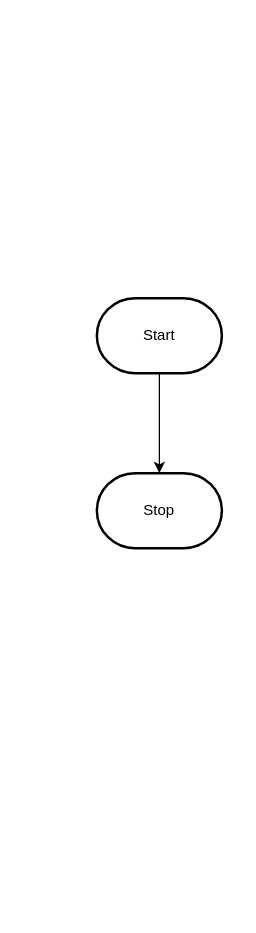
Before: design/flowchart.drawio in MTHS-ICS2O-2-2022/ICS2O-Unit-5-08-janet-do, a draw.io diagram. Source tidied: cells renumbered, new cells numbered last; positions are measured from the earlier drawing's top-left corner, leaving out a move shared by most shapes. Both pictures are drawn from the tidied source at 125%, with x=0, y=0 at pixel (96, 298).
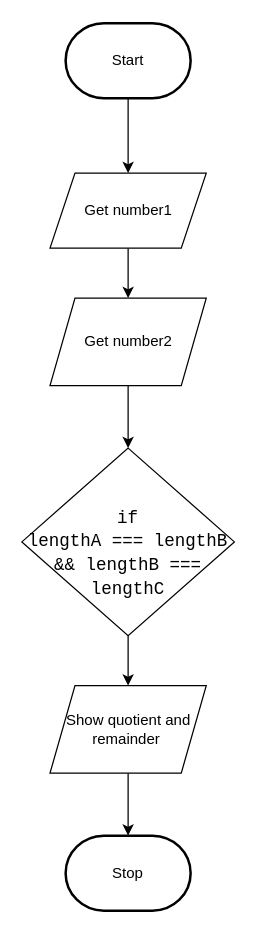
The same page after the edit.

What changed in the source:
```diff
@@
 <mxGraphModel>
   <root>
     <mxCell id="0" />
     <mxCell id="1" parent="0" />
-    <mxCell id="2" style="edgeStyle=orthogonalEdgeStyle;html=1;rounded=0;" parent="1" edge="1" source="3" target="4">
-      <mxGeometry relative="1" as="geometry" />
-    </mxCell>
+    <mxCell id="5" style="edgeStyle=orthogonalEdgeStyle;html=1;entryX=0.5;entryY=0;entryDx=0;entryDy=0;rounded=0;" parent="1" edge="1" source="3" target="7">
+      <mxGeometry relative="1" as="geometry" />
+    </mxCell>
     <mxCell id="3" value="Start" style="strokeWidth=2;html=1;shape=mxgraph.flowchart.terminator;whiteSpace=wrap;" parent="1" vertex="1">
-      <mxGeometry width="100" height="60" as="geometry" />
+      <mxGeometry x="-25" y="-220" width="100" height="60" as="geometry" />
     </mxCell>
     <mxCell id="4" value="Stop" style="strokeWidth=2;html=1;shape=mxgraph.flowchart.terminator;whiteSpace=wrap;" parent="1" vertex="1">
-      <mxGeometry y="140" width="100" height="60" as="geometry" />
+      <mxGeometry x="-25" y="430" width="100" height="60" as="geometry" />
     </mxCell>
+    <mxCell id="6" style="edgeStyle=orthogonalEdgeStyle;rounded=0;html=1;entryX=0.5;entryY=0;entryDx=0;entryDy=0;" parent="1" edge="1" source="7" target="9">
+      <mxGeometry relative="1" as="geometry" />
+    </mxCell>
+    <mxCell id="7" value="Get number1" style="shape=parallelogram;perimeter=parallelogramPerimeter;whiteSpace=wrap;html=1;fixedSize=1;" parent="1" vertex="1">
+      <mxGeometry x="-37.5" y="-100" width="125" height="60" as="geometry" />
+    </mxCell>
+    <mxCell id="8" style="edgeStyle=orthogonalEdgeStyle;rounded=0;html=1;" parent="1" edge="1" source="9" target="11">
+      <mxGeometry relative="1" as="geometry" />
+    </mxCell>
+    <mxCell id="9" value="Get number2" style="shape=parallelogram;perimeter=parallelogramPerimeter;whiteSpace=wrap;html=1;fixedSize=1;" parent="1" vertex="1">
+      <mxGeometry x="-37.5" width="125" height="70" as="geometry" />
+    </mxCell>
+    <mxCell id="10" style="edgeStyle=orthogonalEdgeStyle;rounded=0;html=1;fontColor=#E6EDF3;" parent="1" edge="1" source="11" target="13">
+      <mxGeometry relative="1" as="geometry" />
+    </mxCell>
+    <mxCell id="11" value="&lt;div style=&quot;font-family: Consolas, &amp;quot;Courier New&amp;quot;, monospace; font-size: 14px; line-height: 19px;&quot;&gt;&lt;span style=&quot;background-color: initial;&quot;&gt;&lt;br&gt;&lt;/span&gt;&lt;/div&gt;&lt;div style=&quot;font-family: Consolas, &amp;quot;Courier New&amp;quot;, monospace; font-size: 14px; line-height: 19px;&quot;&gt;&lt;span style=&quot;background-color: initial;&quot;&gt;if&lt;/span&gt;&lt;/div&gt;&lt;div style=&quot;font-family: Consolas, &amp;quot;Courier New&amp;quot;, monospace; font-size: 14px; line-height: 19px;&quot;&gt;&lt;span style=&quot;background-color: initial;&quot;&gt;lengthA === lengthB &amp;amp;&amp;amp; lengthB === lengthC&lt;/span&gt;&lt;br&gt;&lt;/div&gt;" style="rhombus;whiteSpace=wrap;html=1;" parent="1" vertex="1">
+      <mxGeometry x="-60" y="120" width="170" height="150" as="geometry" />
+    </mxCell>
+    <mxCell id="12" style="edgeStyle=orthogonalEdgeStyle;rounded=0;html=1;fontColor=#E6EDF3;" parent="1" edge="1" source="13" target="4">
+      <mxGeometry relative="1" as="geometry" />
+    </mxCell>
+    <mxCell id="13" value="Show quotient and remainder&amp;nbsp;" style="shape=parallelogram;perimeter=parallelogramPerimeter;whiteSpace=wrap;html=1;fixedSize=1;" parent="1" vertex="1">
+      <mxGeometry x="-37.5" y="310" width="125" height="70" as="geometry" />
+    </mxCell>
   </root>
 </mxGraphModel>
```
